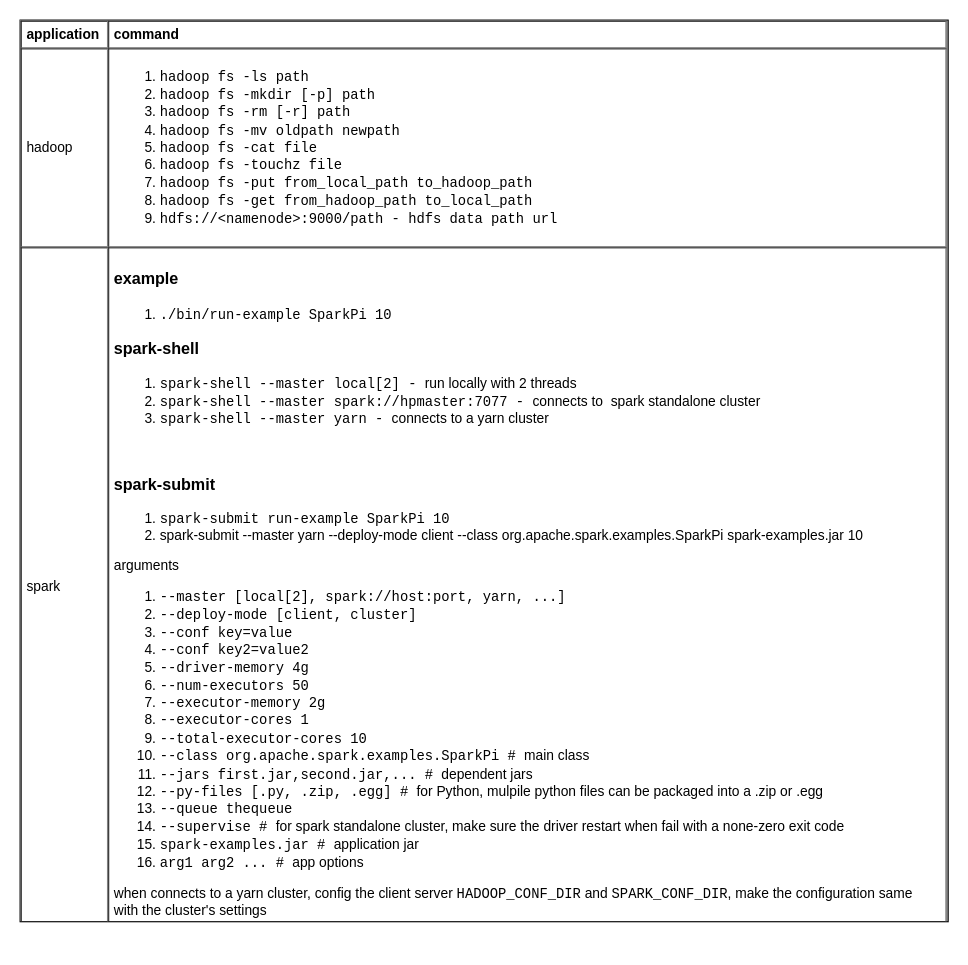
This is page "command" (7 of 8) of db/distdb.drawio from yangdj/tf_docs, a draw.io file, before an edit. Source tidied: cells renumbered, new cells numbered last; positions are measured from the earlier drawing's top-left corner, leaving out a move shared by most shapes. Both pictures are drawn from the tidied source at 115%, with x=0, y=0 at pixel (20, 20).
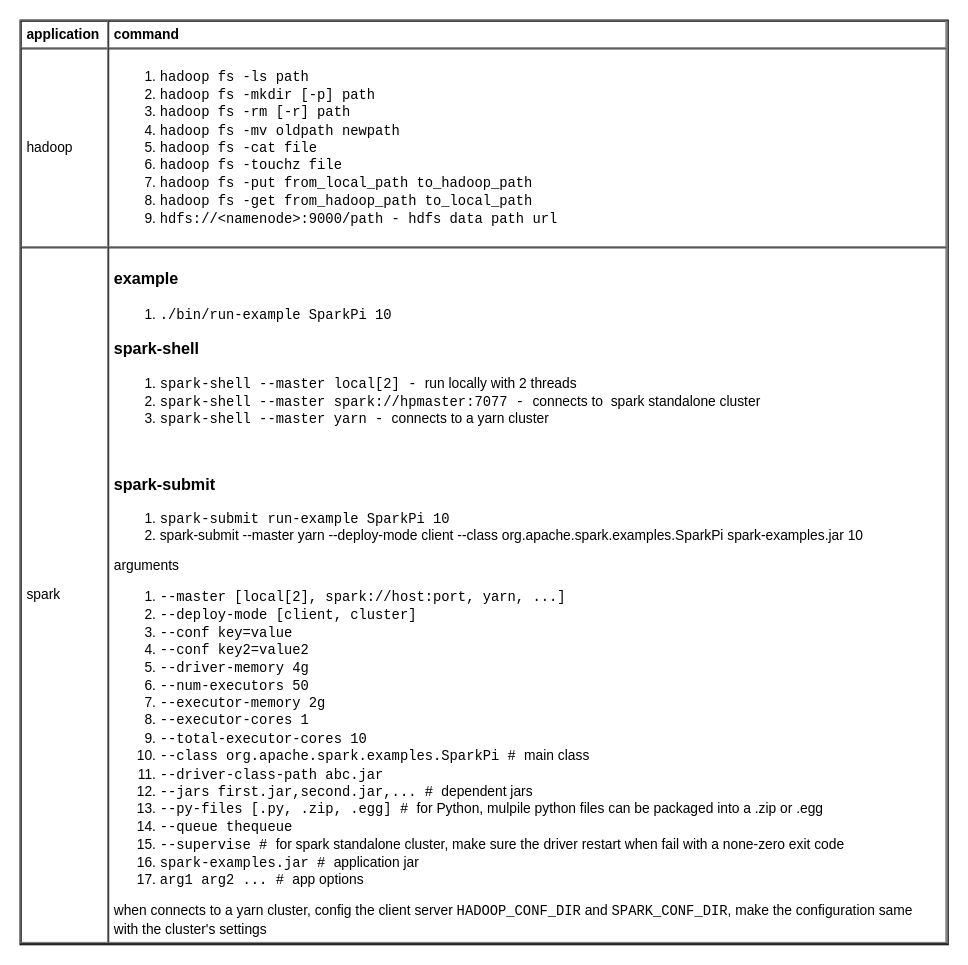
The same diagram, later.

Diff of the diagram source:
```diff
@@
 <mxGraphModel>
   <root>
     <mxCell id="0" />
     <mxCell id="1" parent="0" />
-    <mxCell id="2" value="&lt;table cellpadding=&quot;4&quot; cellspacing=&quot;0&quot; border=&quot;1&quot; style=&quot;font-size: 1em ; width: 100% ; height: 100%&quot;&gt;&lt;tbody&gt;&lt;tr&gt;&lt;th&gt;application&lt;/th&gt;&lt;th&gt;command&lt;/th&gt;&lt;/tr&gt;&lt;tr&gt;&lt;td&gt;hadoop&lt;/td&gt;&lt;td&gt;&lt;ol&gt;&lt;li&gt;&lt;font face=&quot;Courier New&quot;&gt;hadoop fs -ls path&lt;/font&gt;&lt;/li&gt;&lt;li&gt;&lt;font face=&quot;Courier New&quot;&gt;hadoop fs -mkdir [-p] path&lt;/font&gt;&lt;/li&gt;&lt;li&gt;&lt;font face=&quot;Courier New&quot;&gt;hadoop fs -rm [-r] path&lt;/font&gt;&lt;/li&gt;&lt;li&gt;&lt;span style=&quot;font-family: &amp;#34;courier new&amp;#34; ; font-size: 1em&quot;&gt;hadoop fs -mv oldpath newpath&lt;/span&gt;&lt;br&gt;&lt;/li&gt;&lt;li&gt;&lt;font face=&quot;Courier New&quot;&gt;hadoop fs -cat file&lt;/font&gt;&lt;/li&gt;&lt;li&gt;&lt;font face=&quot;Courier New&quot;&gt;hadoop fs -touchz file&lt;/font&gt;&lt;/li&gt;&lt;li&gt;&lt;font face=&quot;Courier New&quot;&gt;hadoop fs -put from_local_path to_hadoop_path&lt;/font&gt;&lt;/li&gt;&lt;li&gt;&lt;font face=&quot;Courier New&quot;&gt;hadoop fs -get from_hadoop_path to_local_path&lt;br&gt;&lt;/font&gt;&lt;/li&gt;&lt;li&gt;&lt;font face=&quot;Courier New&quot;&gt;hdfs://&amp;lt;namenode&amp;gt;:9000/path - hdfs data path url&lt;br&gt;&lt;/font&gt;&lt;/li&gt;&lt;/ol&gt;&lt;/td&gt;&lt;/tr&gt;&lt;tr&gt;&lt;td&gt;spark&lt;/td&gt;&lt;td&gt;&lt;h3 style=&quot;font-family: &amp;#34;courier new&amp;#34;&quot;&gt;&lt;font face=&quot;Helvetica&quot;&gt;example&lt;/font&gt;&lt;/h3&gt;&lt;ol&gt;&lt;li&gt;&lt;span style=&quot;font-family: &amp;#34;courier new&amp;#34;&quot;&gt;./bin/run-example SparkPi 10&lt;/span&gt;&lt;/li&gt;&lt;/ol&gt;&lt;h3&gt;spark-shell&lt;/h3&gt;&lt;ol&gt;&lt;li&gt;&lt;span style=&quot;font-family: &amp;#34;courier new&amp;#34;&quot;&gt;spark-shell --master local[2] - &lt;/span&gt;run locally with 2 threads&lt;/li&gt;&lt;li&gt;&lt;font face=&quot;Courier New&quot;&gt;spark-shell --master spark://hpmaster:7077 - &lt;/font&gt;connects to&amp;nbsp; spark standalone cluster&lt;br&gt;&lt;/li&gt;&lt;li&gt;&lt;span style=&quot;font-family: &amp;#34;courier new&amp;#34;&quot;&gt;spark-shell --master yarn - &lt;/span&gt;connects to a yarn cluster&lt;/li&gt;&lt;/ol&gt;&lt;br&gt;&lt;h3&gt;spark-submit&lt;/h3&gt;&lt;ol&gt;&lt;li&gt;&lt;font face=&quot;Courier New&quot;&gt;spark-submit run-example SparkPi 10&lt;/font&gt;&lt;/li&gt;&lt;li&gt;spark-submit --master yarn --deploy-mode client --class org.apache.spark.examples.SparkPi spark-examples.jar 10&lt;/li&gt;&lt;/ol&gt;&lt;div&gt;&lt;div&gt;arguments&lt;/div&gt;&lt;ol&gt;&lt;li&gt;&lt;font face=&quot;Courier New&quot;&gt;--master [local[2], spark://host:port, yarn, ...]&lt;/font&gt;&lt;/li&gt;&lt;li&gt;&lt;font face=&quot;Courier New&quot;&gt;--deploy-mode [client, cluster]&lt;/font&gt;&lt;/li&gt;&lt;li&gt;&lt;span style=&quot;font-family: &amp;#34;courier new&amp;#34; ; font-size: 1em&quot;&gt;--conf key=value&lt;/span&gt;&lt;br&gt;&lt;/li&gt;&lt;li&gt;&lt;font face=&quot;Courier New&quot;&gt;--conf key2=value2&lt;/font&gt;&lt;/li&gt;&lt;li&gt;&lt;font face=&quot;Courier New&quot;&gt;--driver-memory 4g&lt;/font&gt;&lt;/li&gt;&lt;li&gt;&lt;font face=&quot;Courier New&quot;&gt;--num-executors 50&lt;/font&gt;&lt;/li&gt;&lt;li&gt;&lt;font face=&quot;Courier New&quot;&gt;--executor-memory 2g&lt;/font&gt;&lt;/li&gt;&lt;li&gt;&lt;font face=&quot;Courier New&quot;&gt;--executor-cores 1&lt;/font&gt;&lt;/li&gt;&lt;li&gt;&lt;font face=&quot;Courier New&quot;&gt;--total-executor-cores 10&lt;/font&gt;&lt;/li&gt;&lt;li&gt;&lt;font face=&quot;Courier New&quot;&gt;--class&amp;nbsp;org.apache.spark.examples.SparkPi&amp;nbsp;&lt;/font&gt;&lt;font face=&quot;Courier New&quot;&gt;#&amp;nbsp;&lt;/font&gt;main class&lt;/li&gt;&lt;li&gt;&lt;font face=&quot;Courier New&quot;&gt;--jars first.jar,second.jar,... #&amp;nbsp;&lt;/font&gt;dependent jars&lt;/li&gt;&lt;li&gt;&lt;font face=&quot;Courier New&quot;&gt;--py-files [.py, .zip, .egg]&amp;nbsp;#&amp;nbsp;&lt;/font&gt;for Python, mulpile python files can be packaged into a .zip or .egg&lt;/li&gt;&lt;li&gt;&lt;font face=&quot;Courier New&quot;&gt;--queue thequeue&lt;/font&gt;&lt;/li&gt;&lt;li&gt;&lt;font face=&quot;Courier New&quot;&gt;--supervise&lt;/font&gt;&lt;font face=&quot;Courier New&quot;&gt;&amp;nbsp;&lt;/font&gt;&lt;font face=&quot;Courier New&quot;&gt;#&amp;nbsp;&lt;/font&gt;for spark standalone cluster, make sure the driver restart when fail with a none-zero exit code&lt;/li&gt;&lt;li&gt;&lt;font face=&quot;Courier New&quot;&gt;spark-examples.jar #&amp;nbsp;&lt;/font&gt;application jar&lt;br&gt;&lt;/li&gt;&lt;li&gt;&lt;font face=&quot;Courier New&quot;&gt;arg1 arg2 ... # &lt;/font&gt;app options&lt;/li&gt;&lt;/ol&gt;&lt;div&gt;when&amp;nbsp;&lt;span style=&quot;font-size: 1em&quot;&gt;connects to a yarn cluster, config the client server &lt;font face=&quot;Courier New&quot;&gt;HADOOP_CONF_DIR&lt;/font&gt; and &lt;font face=&quot;Courier New&quot;&gt;SPARK_CONF_DIR&lt;/font&gt;, make the configuration same&lt;/span&gt;&lt;/div&gt;&lt;/div&gt;&lt;div&gt;&lt;span style=&quot;font-size: 1em&quot;&gt;with the cluster's settings&lt;/span&gt;&lt;/div&gt;&lt;/td&gt;&lt;/tr&gt;&lt;/tbody&gt;&lt;/table&gt; " style="verticalAlign=top;align=left;overflow=fill;fontSize=12;fontFamily=Helvetica;html=1;fillColor=none;" parent="1" vertex="1">
-      <mxGeometry width="807" height="784" as="geometry" />
+    <mxCell id="2" value="&lt;table cellpadding=&quot;4&quot; cellspacing=&quot;0&quot; border=&quot;1&quot; style=&quot;font-size: 1em ; width: 100% ; height: 100%&quot;&gt;&lt;tbody&gt;&lt;tr&gt;&lt;th&gt;application&lt;/th&gt;&lt;th&gt;command&lt;/th&gt;&lt;/tr&gt;&lt;tr&gt;&lt;td&gt;hadoop&lt;/td&gt;&lt;td&gt;&lt;ol&gt;&lt;li&gt;&lt;font face=&quot;Courier New&quot;&gt;hadoop fs -ls path&lt;/font&gt;&lt;/li&gt;&lt;li&gt;&lt;font face=&quot;Courier New&quot;&gt;hadoop fs -mkdir [-p] path&lt;/font&gt;&lt;/li&gt;&lt;li&gt;&lt;font face=&quot;Courier New&quot;&gt;hadoop fs -rm [-r] path&lt;/font&gt;&lt;/li&gt;&lt;li&gt;&lt;span style=&quot;font-family: &amp;#34;courier new&amp;#34; ; font-size: 1em&quot;&gt;hadoop fs -mv oldpath newpath&lt;/span&gt;&lt;br&gt;&lt;/li&gt;&lt;li&gt;&lt;font face=&quot;Courier New&quot;&gt;hadoop fs -cat file&lt;/font&gt;&lt;/li&gt;&lt;li&gt;&lt;font face=&quot;Courier New&quot;&gt;hadoop fs -touchz file&lt;/font&gt;&lt;/li&gt;&lt;li&gt;&lt;font face=&quot;Courier New&quot;&gt;hadoop fs -put from_local_path to_hadoop_path&lt;/font&gt;&lt;/li&gt;&lt;li&gt;&lt;font face=&quot;Courier New&quot;&gt;hadoop fs -get from_hadoop_path to_local_path&lt;br&gt;&lt;/font&gt;&lt;/li&gt;&lt;li&gt;&lt;font face=&quot;Courier New&quot;&gt;hdfs://&amp;lt;namenode&amp;gt;:9000/path - hdfs data path url&lt;br&gt;&lt;/font&gt;&lt;/li&gt;&lt;/ol&gt;&lt;/td&gt;&lt;/tr&gt;&lt;tr&gt;&lt;td&gt;spark&lt;/td&gt;&lt;td&gt;&lt;h3 style=&quot;font-family: &amp;#34;courier new&amp;#34;&quot;&gt;&lt;font face=&quot;Helvetica&quot;&gt;example&lt;/font&gt;&lt;/h3&gt;&lt;ol&gt;&lt;li&gt;&lt;span style=&quot;font-family: &amp;#34;courier new&amp;#34;&quot;&gt;./bin/run-example SparkPi 10&lt;/span&gt;&lt;/li&gt;&lt;/ol&gt;&lt;h3&gt;spark-shell&lt;/h3&gt;&lt;ol&gt;&lt;li&gt;&lt;span style=&quot;font-family: &amp;#34;courier new&amp;#34;&quot;&gt;spark-shell --master local[2] - &lt;/span&gt;run locally with 2 threads&lt;/li&gt;&lt;li&gt;&lt;font face=&quot;Courier New&quot;&gt;spark-shell --master spark://hpmaster:7077 - &lt;/font&gt;connects to&amp;nbsp; spark standalone cluster&lt;br&gt;&lt;/li&gt;&lt;li&gt;&lt;span style=&quot;font-family: &amp;#34;courier new&amp;#34;&quot;&gt;spark-shell --master yarn - &lt;/span&gt;connects to a yarn cluster&lt;/li&gt;&lt;/ol&gt;&lt;br&gt;&lt;h3&gt;spark-submit&lt;/h3&gt;&lt;ol&gt;&lt;li&gt;&lt;font face=&quot;Courier New&quot;&gt;spark-submit run-example SparkPi 10&lt;/font&gt;&lt;/li&gt;&lt;li&gt;spark-submit --master yarn --deploy-mode client --class org.apache.spark.examples.SparkPi spark-examples.jar 10&lt;/li&gt;&lt;/ol&gt;&lt;div&gt;&lt;div&gt;arguments&lt;/div&gt;&lt;ol&gt;&lt;li&gt;&lt;font face=&quot;Courier New&quot;&gt;--master [local[2], spark://host:port, yarn, ...]&lt;/font&gt;&lt;/li&gt;&lt;li&gt;&lt;font face=&quot;Courier New&quot;&gt;--deploy-mode [client, cluster]&lt;/font&gt;&lt;/li&gt;&lt;li&gt;&lt;span style=&quot;font-family: &amp;#34;courier new&amp;#34; ; font-size: 1em&quot;&gt;--conf key=value&lt;/span&gt;&lt;br&gt;&lt;/li&gt;&lt;li&gt;&lt;font face=&quot;Courier New&quot;&gt;--conf key2=value2&lt;/font&gt;&lt;/li&gt;&lt;li&gt;&lt;font face=&quot;Courier New&quot;&gt;--driver-memory 4g&lt;/font&gt;&lt;/li&gt;&lt;li&gt;&lt;font face=&quot;Courier New&quot;&gt;--num-executors 50&lt;/font&gt;&lt;/li&gt;&lt;li&gt;&lt;font face=&quot;Courier New&quot;&gt;--executor-memory 2g&lt;/font&gt;&lt;/li&gt;&lt;li&gt;&lt;font face=&quot;Courier New&quot;&gt;--executor-cores 1&lt;/font&gt;&lt;/li&gt;&lt;li&gt;&lt;font face=&quot;Courier New&quot;&gt;--total-executor-cores 10&lt;/font&gt;&lt;/li&gt;&lt;li&gt;&lt;font face=&quot;Courier New&quot;&gt;--class&amp;nbsp;org.apache.spark.examples.SparkPi&amp;nbsp;&lt;/font&gt;&lt;font face=&quot;Courier New&quot;&gt;#&amp;nbsp;&lt;/font&gt;main class&lt;/li&gt;&lt;li&gt;&lt;font face=&quot;Courier New&quot;&gt;--driver-class-path abc.jar&lt;/font&gt;&lt;/li&gt;&lt;li&gt;&lt;font face=&quot;Courier New&quot;&gt;--jars first.jar,second.jar,... #&amp;nbsp;&lt;/font&gt;dependent jars&lt;/li&gt;&lt;li&gt;&lt;font face=&quot;Courier New&quot;&gt;--py-files [.py, .zip, .egg]&amp;nbsp;#&amp;nbsp;&lt;/font&gt;for Python, mulpile python files can be packaged into a .zip or .egg&lt;/li&gt;&lt;li&gt;&lt;font face=&quot;Courier New&quot;&gt;--queue thequeue&lt;/font&gt;&lt;/li&gt;&lt;li&gt;&lt;font face=&quot;Courier New&quot;&gt;--supervise&lt;/font&gt;&lt;font face=&quot;Courier New&quot;&gt;&amp;nbsp;&lt;/font&gt;&lt;font face=&quot;Courier New&quot;&gt;#&amp;nbsp;&lt;/font&gt;for spark standalone cluster, make sure the driver restart when fail with a none-zero exit code&lt;/li&gt;&lt;li&gt;&lt;font face=&quot;Courier New&quot;&gt;spark-examples.jar #&amp;nbsp;&lt;/font&gt;application jar&lt;br&gt;&lt;/li&gt;&lt;li&gt;&lt;font face=&quot;Courier New&quot;&gt;arg1 arg2 ... # &lt;/font&gt;app options&lt;/li&gt;&lt;/ol&gt;&lt;div&gt;when&amp;nbsp;&lt;span style=&quot;font-size: 1em&quot;&gt;connects to a yarn cluster, config the client server &lt;font face=&quot;Courier New&quot;&gt;HADOOP_CONF_DIR&lt;/font&gt; and &lt;font face=&quot;Courier New&quot;&gt;SPARK_CONF_DIR&lt;/font&gt;, make the configuration same&lt;/span&gt;&lt;/div&gt;&lt;/div&gt;&lt;div&gt;&lt;span style=&quot;font-size: 1em&quot;&gt;with the cluster's settings&lt;/span&gt;&lt;/div&gt;&lt;/td&gt;&lt;/tr&gt;&lt;/tbody&gt;&lt;/table&gt; " style="verticalAlign=top;align=left;overflow=fill;fontSize=12;fontFamily=Helvetica;html=1;fillColor=none;" parent="1" vertex="1">
+      <mxGeometry width="807" height="804" as="geometry" />
     </mxCell>
   </root>
 </mxGraphModel>
```
